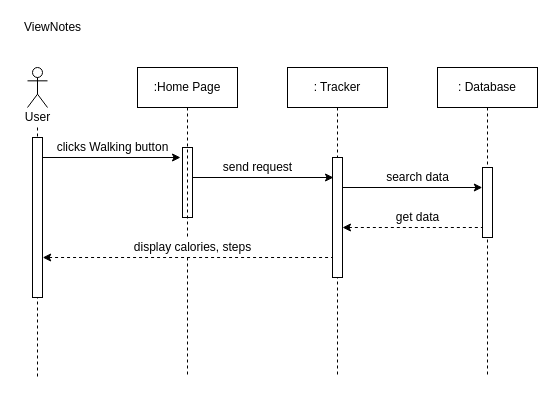
Before: ViewWalk.drawio in FaizAnuar/ashisu, a draw.io diagram. Source tidied: cells renumbered, new cells numbered last; positions are measured from the earlier drawing's top-left corner, leaving out a move shared by most shapes. Both pictures are drawn from the tidied source at 100%, with x=0, y=0 at pixel (17, 17).
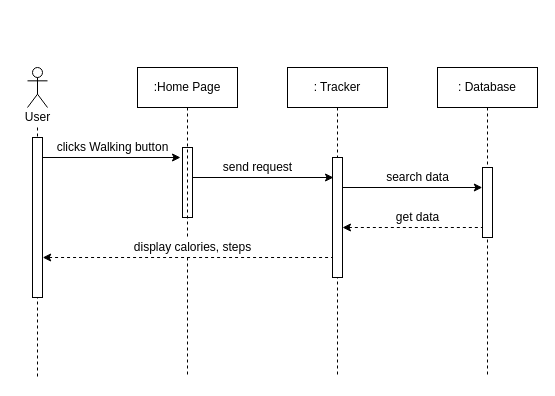
The same page after the edit.

Change to the diagram source:
```diff
@@
-    <mxCell id="26" value="ViewNotes" style="text;html=1;align=center;verticalAlign=middle;strokeColor=none;" parent="1" vertex="1">
-      <mxGeometry width="70" height="20" as="geometry" />
-    </mxCell>
```
